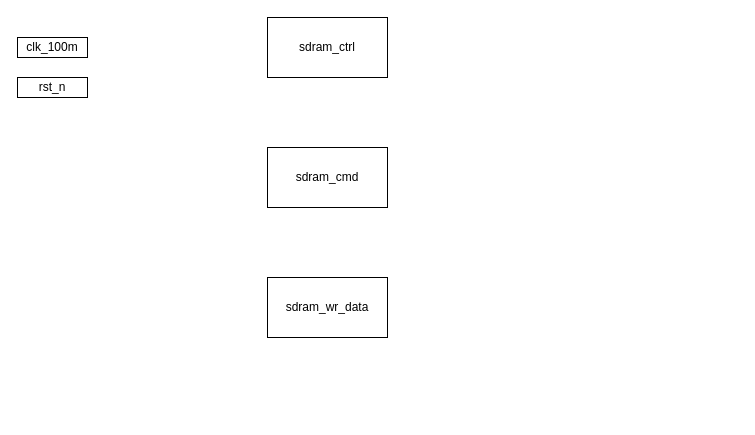
The draw.io diagram hardware/sdram_ctrl.drawio in Manistein/let-us-build-a-computer-system, before the edit. Source tidied: cells renumbered, new cells numbered last; positions are measured from the earlier drawing's top-left corner, leaving out a move shared by most shapes. Both pictures are drawn from the tidied source at 100%, with x=0, y=0 at pixel (17, 17).
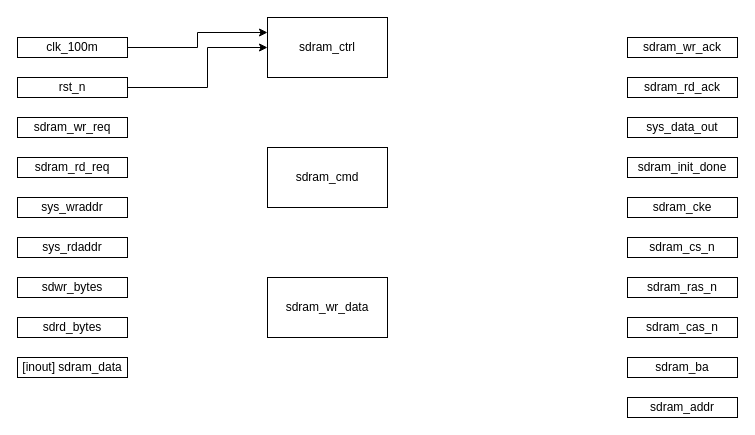
The same page after the edit.

The change refers to these unchanged cells:
```xml
<mxCell id="2" value="sdram_ctrl" style="rounded=0;whiteSpace=wrap;html=1;" parent="1" vertex="1">
  <mxGeometry x="250" width="120" height="60" as="geometry" />
</mxCell>
```

What changed in the source:
```diff
@@
+    <mxCell id="7" style="edgeStyle=orthogonalEdgeStyle;rounded=0;jettySize=auto;html=1;exitX=1;exitY=0.5;exitDx=0;exitDy=0;entryX=0;entryY=0.25;entryDx=0;entryDy=0;" parent="1" edge="1" source="5" target="2">
+      <mxGeometry relative="1" as="geometry" />
+    </mxCell>
     <mxCell id="5" value="clk_100m" style="rounded=0;whiteSpace=wrap;html=1;" parent="1" vertex="1">
-      <mxGeometry y="20" width="70" height="20" as="geometry" />
+      <mxGeometry y="20" width="110" height="20" as="geometry" />
     </mxCell>
+    <mxCell id="8" style="edgeStyle=orthogonalEdgeStyle;rounded=0;jettySize=auto;html=1;exitX=1;exitY=0.5;exitDx=0;exitDy=0;entryX=0;entryY=0.5;entryDx=0;entryDy=0;" parent="1" edge="1" source="6" target="2">
+      <mxGeometry relative="1" as="geometry">
+        <Array as="points">
+          <mxPoint x="190" y="70" />
+          <mxPoint x="190" y="30" />
+        </Array>
+      </mxGeometry>
+    </mxCell>
     <mxCell id="6" value="rst_n" style="rounded=0;whiteSpace=wrap;html=1;" parent="1" vertex="1">
-      <mxGeometry y="60" width="70" height="20" as="geometry" />
+      <mxGeometry y="60" width="110" height="20" as="geometry" />
     </mxCell>
+    <mxCell id="9" value="sdram_wr_req" style="rounded=0;whiteSpace=wrap;html=1;" parent="1" vertex="1">
+      <mxGeometry y="100" width="110" height="20" as="geometry" />
+    </mxCell>
+    <mxCell id="10" value="sdram_rd_req" style="rounded=0;whiteSpace=wrap;html=1;" parent="1" vertex="1">
+      <mxGeometry y="140" width="110" height="20" as="geometry" />
+    </mxCell>
+    <mxCell id="11" value="sys_wraddr" style="rounded=0;whiteSpace=wrap;html=1;" parent="1" vertex="1">
+      <mxGeometry y="180" width="110" height="20" as="geometry" />
+    </mxCell>
+    <mxCell id="12" value="sys_rdaddr" style="rounded=0;whiteSpace=wrap;html=1;" parent="1" vertex="1">
+      <mxGeometry y="220" width="110" height="20" as="geometry" />
+    </mxCell>
+    <mxCell id="13" value="sdwr_bytes" style="rounded=0;whiteSpace=wrap;html=1;" parent="1" vertex="1">
+      <mxGeometry y="260" width="110" height="20" as="geometry" />
+    </mxCell>
+    <mxCell id="14" value="sdrd_bytes" style="rounded=0;whiteSpace=wrap;html=1;" parent="1" vertex="1">
+      <mxGeometry y="300" width="110" height="20" as="geometry" />
+    </mxCell>
+    <mxCell id="15" value="[inout] sdram_data" style="rounded=0;whiteSpace=wrap;html=1;" parent="1" vertex="1">
+      <mxGeometry y="340" width="110" height="20" as="geometry" />
+    </mxCell>
+    <mxCell id="16" value="sdram_wr_ack" style="rounded=0;whiteSpace=wrap;html=1;" parent="1" vertex="1">
+      <mxGeometry x="610" y="20" width="110" height="20" as="geometry" />
+    </mxCell>
+    <mxCell id="17" value="sdram_rd_ack" style="rounded=0;whiteSpace=wrap;html=1;" parent="1" vertex="1">
+      <mxGeometry x="610" y="60" width="110" height="20" as="geometry" />
+    </mxCell>
+    <mxCell id="18" value="sys_data_out" style="rounded=0;whiteSpace=wrap;html=1;" parent="1" vertex="1">
+      <mxGeometry x="610" y="100" width="110" height="20" as="geometry" />
+    </mxCell>
+    <mxCell id="19" value="sdram_init_done" style="rounded=0;whiteSpace=wrap;html=1;" parent="1" vertex="1">
+      <mxGeometry x="610" y="140" width="110" height="20" as="geometry" />
+    </mxCell>
+    <mxCell id="20" value="sdram_cke" style="rounded=0;whiteSpace=wrap;html=1;" parent="1" vertex="1">
+      <mxGeometry x="610" y="180" width="110" height="20" as="geometry" />
+    </mxCell>
+    <mxCell id="21" value="sdram_cs_n" style="rounded=0;whiteSpace=wrap;html=1;" parent="1" vertex="1">
+      <mxGeometry x="610" y="220" width="110" height="20" as="geometry" />
+    </mxCell>
+    <mxCell id="22" value="sdram_ras_n" style="rounded=0;whiteSpace=wrap;html=1;" parent="1" vertex="1">
+      <mxGeometry x="610" y="260" width="110" height="20" as="geometry" />
+    </mxCell>
+    <mxCell id="23" value="sdram_cas_n" style="rounded=0;whiteSpace=wrap;html=1;" parent="1" vertex="1">
+      <mxGeometry x="610" y="300" width="110" height="20" as="geometry" />
+    </mxCell>
+    <mxCell id="24" value="sdram_ba" style="rounded=0;whiteSpace=wrap;html=1;" parent="1" vertex="1">
+      <mxGeometry x="610" y="340" width="110" height="20" as="geometry" />
+    </mxCell>
+    <mxCell id="25" value="sdram_addr" style="rounded=0;whiteSpace=wrap;html=1;" parent="1" vertex="1">
+      <mxGeometry x="610" y="380" width="110" height="20" as="geometry" />
+    </mxCell>
```
